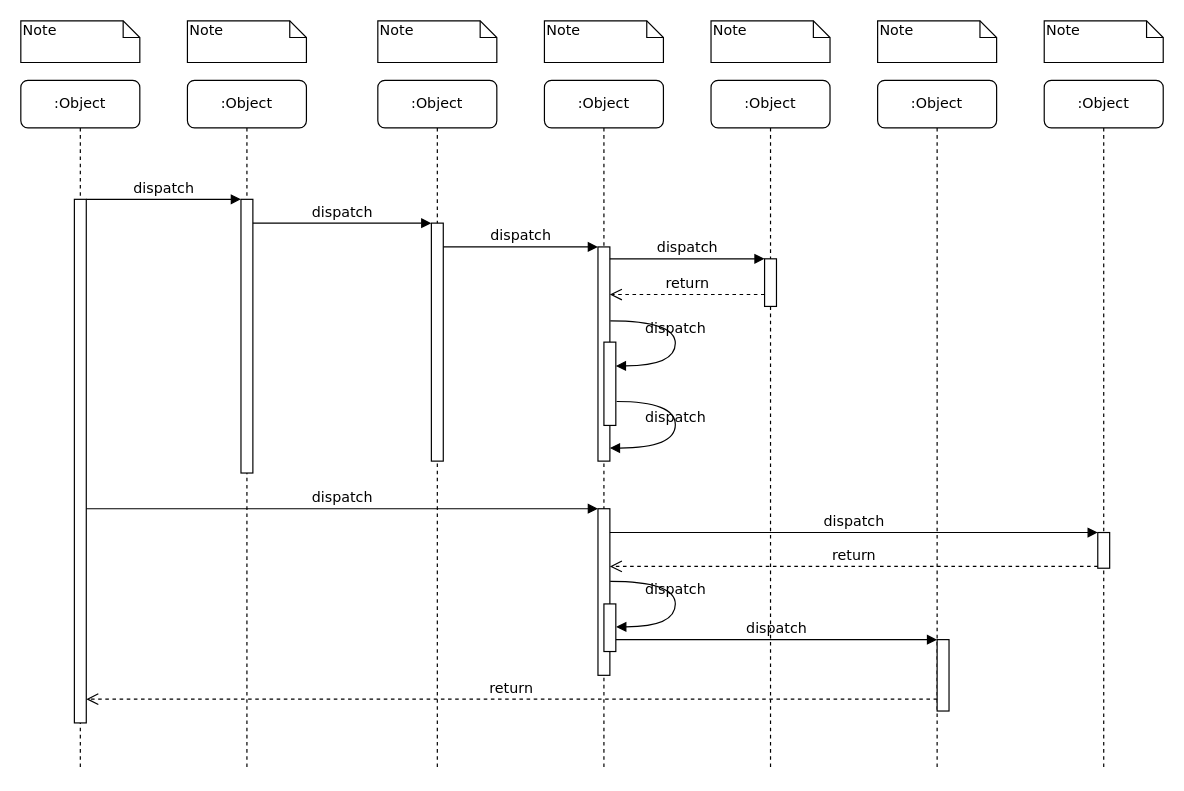
This is 未命名绘图.drawio from wangcen17/BookNote, a draw.io file, before an edit. Source tidied: cells renumbered, new cells numbered last; positions are measured from the earlier drawing's top-left corner, leaving out a move shared by most shapes. Both pictures are drawn from the tidied source at 119%, with x=0, y=0 at pixel (20, 20).
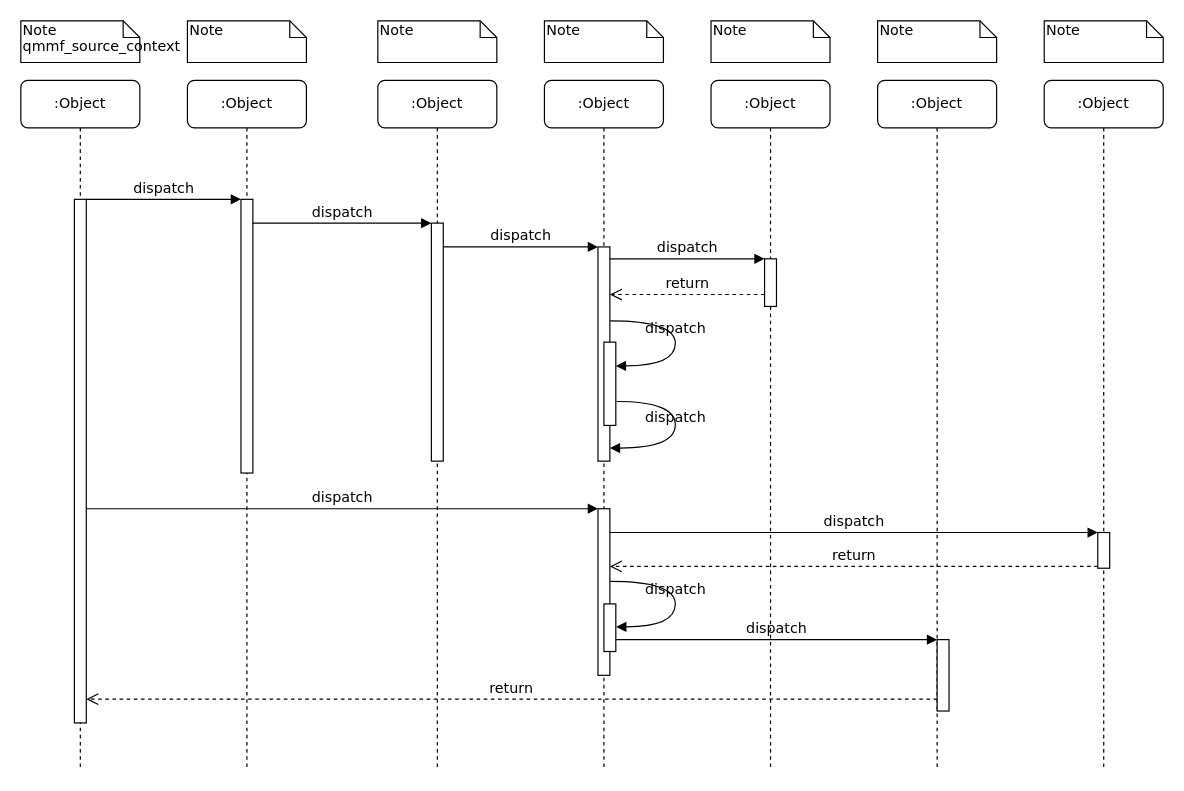
Above is the later version.

What changed in the source:
```diff
@@
-    <mxCell id="32" value="Note" style="shape=note;whiteSpace=wrap;html=1;size=14;verticalAlign=top;align=left;spacingTop=-6;rounded=0;shadow=0;comic=0;labelBackgroundColor=none;strokeWidth=1;fontFamily=Verdana;fontSize=12;" parent="1" vertex="1">
+    <mxCell id="32" value="Note&lt;br&gt;qmmf_source_context" style="shape=note;whiteSpace=wrap;html=1;size=14;verticalAlign=top;align=left;spacingTop=-6;rounded=0;shadow=0;comic=0;labelBackgroundColor=none;strokeWidth=1;fontFamily=Verdana;fontSize=12;" parent="1" vertex="1">
       <mxGeometry width="100" height="35" as="geometry" />
     </mxCell>
```
